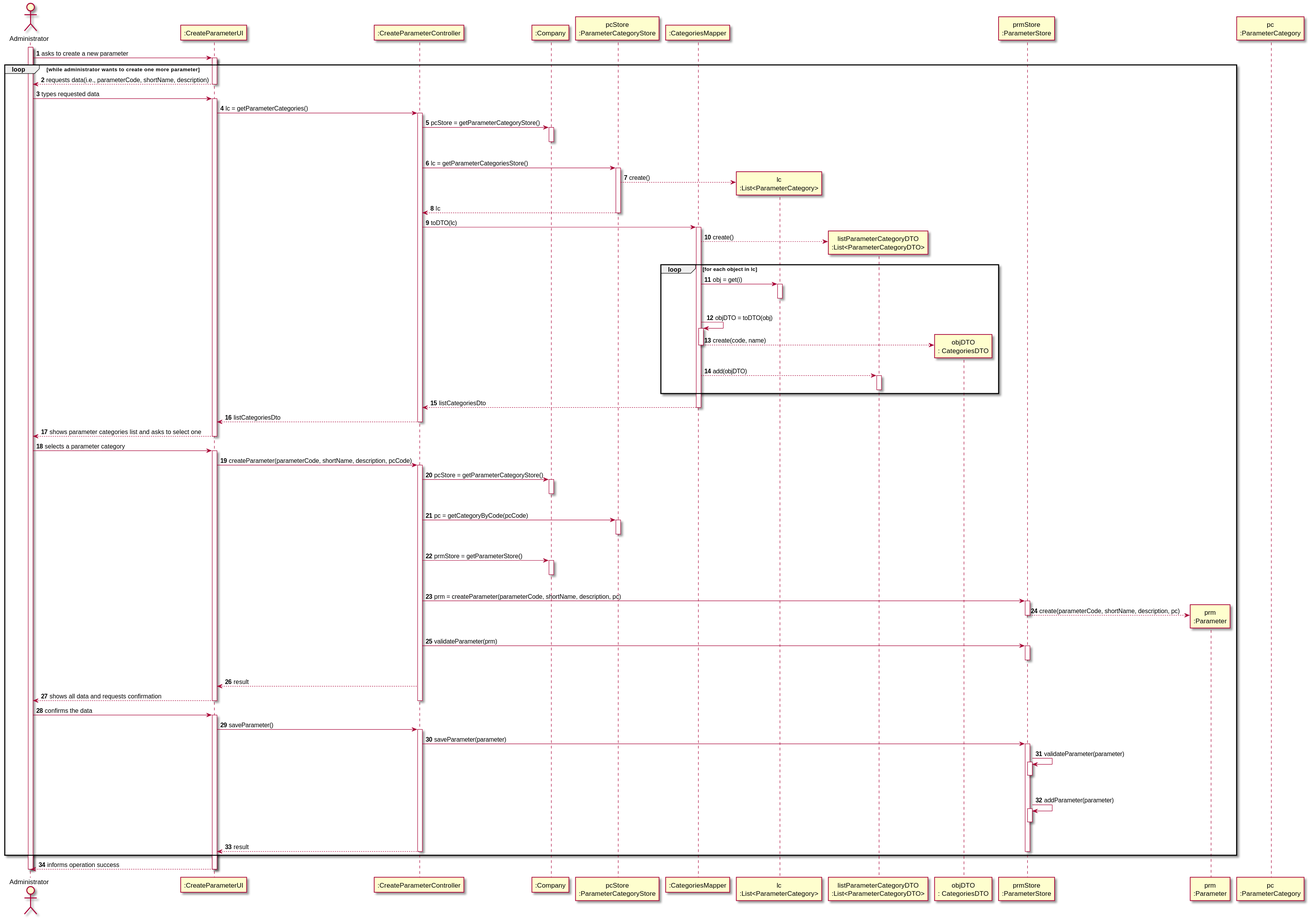
Earlier version of the PlantUML export docs/SprintB/US_10/US010_SD.svg (ana-albergaria/LAPR2-ISEP).
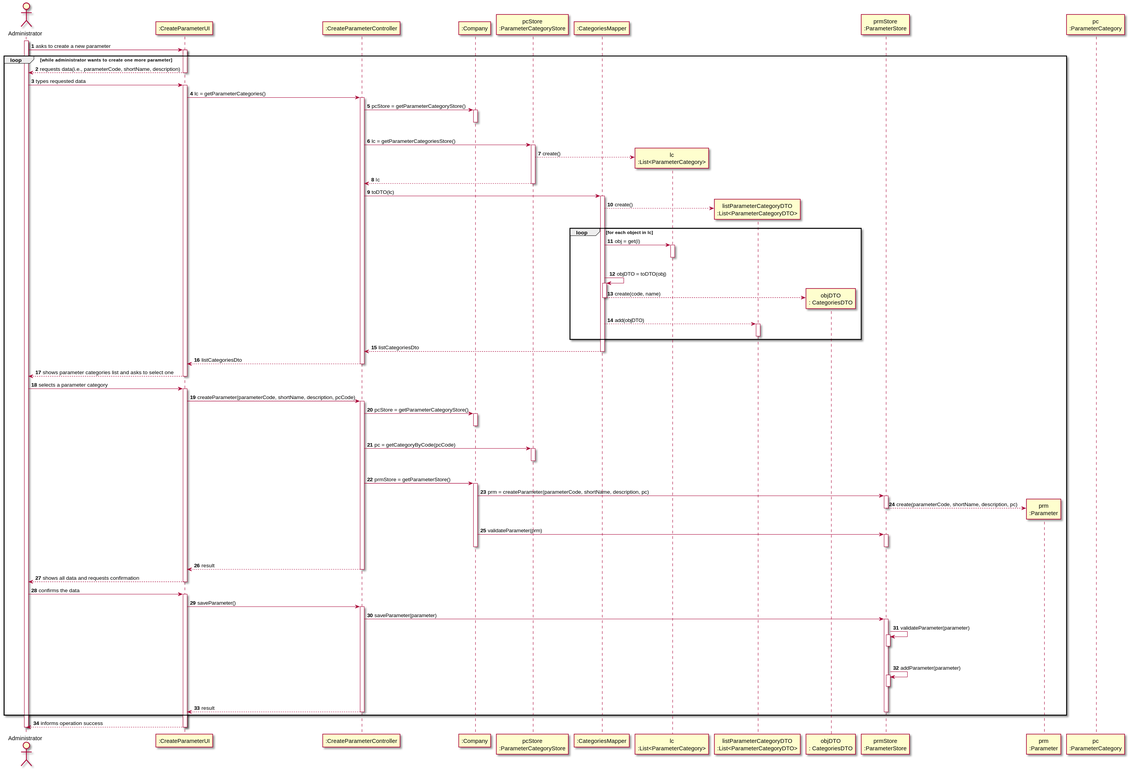
After the commit.

Commit message:
Corrected some US10 SD errors detected during the ESOFT presentation.

Change to the diagram source:
```diff
@@ -89,23 +89,22 @@
 
 CTRL -> CMP: prmStore = getParameterStore()
 activate CMP
-|||
-deactivate CMP
-CTRL -> PRMSTORE: prm = createParameter(parameterCode, shortName, description, pc)
+CMP -> PRMSTORE: prm = createParameter(parameterCode, shortName, description, pc)
 activate PRMSTORE
 
 PRMSTORE --> PRM**: create(parameterCode, shortName, description, pc)
 deactivate PRMSTORE
-CTRL -> PRMSTORE: validateParameter(prm)
+CMP -> PRMSTORE: validateParameter(prm)
 activate PRMSTORE
 |||
 deactivate PRMSTORE
+deactivate CMP
 
 
 CTRL --> UI: result
+deactivate CTRL
 
 UI --> ADM: shows all data and requests confirmation
-deactivate CTRL
 deactivate UI
 
 ADM -> UI : confirms the data
@@ -131,7 +130,6 @@
 end
 
 UI --> ADM : informs operation success
-deactivate CTRL
 deactivate UI
 
 deactivate ADM
```
